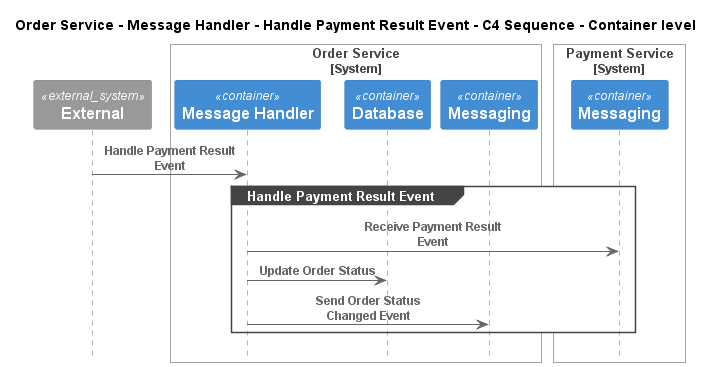
Before: e-commerce-platform/Software Systems/Order Service/Containers/Message Handler/Interfaces/Handle Payment Result Event/Container - C4 Sequence.png, a diagram exported from PlantUML (C4InterFlow/architecture-as-code-samples).
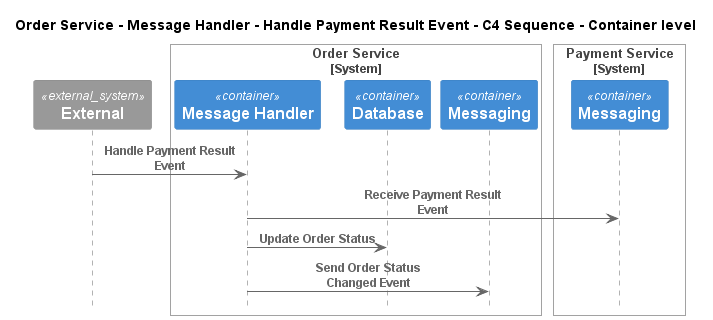
The same file after the commit.

What changed in the source:
```diff
@@ -17,11 +17,9 @@
 Boundary_End()
 
 Rel(C4InterFlow.SoftwareSystems.ExternalSystem, ECommercePlatform.SoftwareSystems.OrderService.Containers.MessageHandler, "Handle Payment Result Event")
-group Handle Payment Result Event
 Rel(ECommercePlatform.SoftwareSystems.OrderService.Containers.MessageHandler, ECommercePlatform.SoftwareSystems.PaymentService.Containers.Messaging, "Receive Payment Result Event")
 Rel(ECommercePlatform.SoftwareSystems.OrderService.Containers.MessageHandler, ECommercePlatform.SoftwareSystems.OrderService.Containers.Database, "Update Order Status")
 Rel(ECommercePlatform.SoftwareSystems.OrderService.Containers.MessageHandler, ECommercePlatform.SoftwareSystems.OrderService.Containers.Messaging, "Send Order Status Changed Event")
-end
 
 
 @enduml
```
